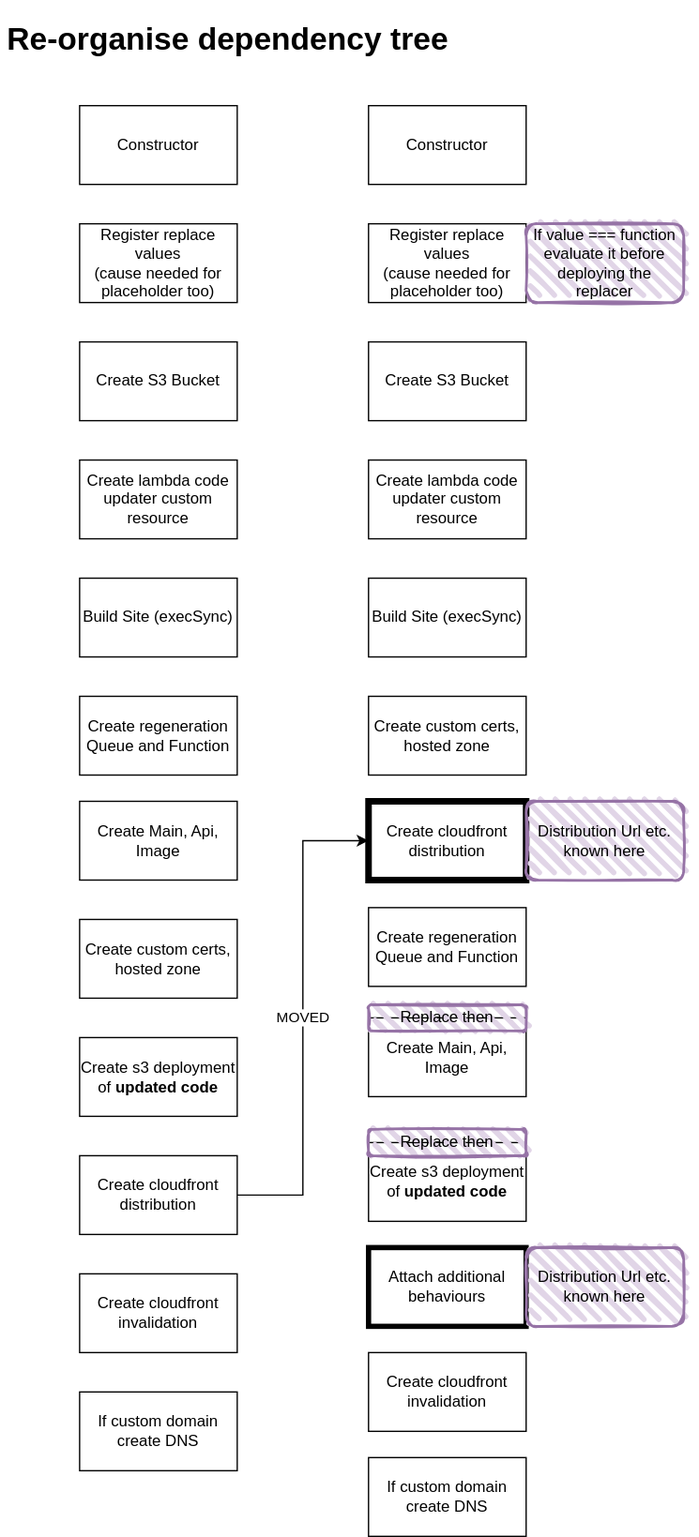
simonireilly/serverless-stack keeps this draw.io diagram as packages/resources/src/NextjsSite.drawio.svg. Above is the earlier version. Source tidied: cells renumbered, new cells last; positions are measured from the earlier drawing's top-left corner, leaving out a move shared by most shapes. Its diagram source:
```xml
<mxGraphModel>
  <root>
    <mxCell id="0" />
    <mxCell id="1" parent="0" />
    <mxCell id="2" value="Constructor" style="rounded=0;whiteSpace=wrap;html=1;" parent="1" vertex="1">
      <mxGeometry x="60" y="70" width="120" height="60" as="geometry" />
    </mxCell>
    <mxCell id="3" value="Register replace values &lt;br&gt;(cause needed for placeholder too)" style="rounded=0;whiteSpace=wrap;html=1;" parent="1" vertex="1">
      <mxGeometry x="60" y="160" width="120" height="60" as="geometry" />
    </mxCell>
    <mxCell id="4" value="Create S3 Bucket" style="rounded=0;whiteSpace=wrap;html=1;" parent="1" vertex="1">
      <mxGeometry x="60" y="250" width="120" height="60" as="geometry" />
    </mxCell>
    <mxCell id="5" value="Create lambda code updater custom resource" style="rounded=0;whiteSpace=wrap;html=1;" parent="1" vertex="1">
      <mxGeometry x="60" y="340" width="120" height="60" as="geometry" />
    </mxCell>
    <mxCell id="6" value="Build Site (execSync)" style="rounded=0;whiteSpace=wrap;html=1;" parent="1" vertex="1">
      <mxGeometry x="60" y="430" width="120" height="60" as="geometry" />
    </mxCell>
    <mxCell id="7" value="Create regeneration Queue and Function" style="rounded=0;whiteSpace=wrap;html=1;" parent="1" vertex="1">
      <mxGeometry x="60" y="520" width="120" height="60" as="geometry" />
    </mxCell>
    <mxCell id="8" value="Create Main, Api, Image" style="rounded=0;whiteSpace=wrap;html=1;" parent="1" vertex="1">
      <mxGeometry x="60" y="600" width="120" height="60" as="geometry" />
    </mxCell>
    <mxCell id="9" value="Create custom certs, hosted zone" style="rounded=0;whiteSpace=wrap;html=1;" parent="1" vertex="1">
      <mxGeometry x="60" y="690" width="120" height="60" as="geometry" />
    </mxCell>
    <mxCell id="10" value="Create s3 deployment of &lt;b&gt;updated code&lt;/b&gt;" style="rounded=0;whiteSpace=wrap;html=1;" parent="1" vertex="1">
      <mxGeometry x="60" y="780" width="120" height="60" as="geometry" />
    </mxCell>
    <mxCell id="11" value="Create cloudfront distribution" style="rounded=0;whiteSpace=wrap;html=1;" parent="1" vertex="1">
      <mxGeometry x="60" y="870" width="120" height="60" as="geometry" />
    </mxCell>
    <mxCell id="12" value="MOVED" style="edgeStyle=orthogonalEdgeStyle;rounded=0;jettySize=auto;html=1;entryX=0;entryY=0.5;entryDx=0;entryDy=0;exitX=1;exitY=0.5;exitDx=0;exitDy=0;" parent="1" edge="1" source="11" target="16">
      <mxGeometry relative="1" as="geometry" />
    </mxCell>
    <mxCell id="13" value="Create cloudfront invalidation" style="rounded=0;whiteSpace=wrap;html=1;" parent="1" vertex="1">
      <mxGeometry x="60" y="960" width="120" height="60" as="geometry" />
    </mxCell>
    <mxCell id="14" value="If custom domain create DNS" style="rounded=0;whiteSpace=wrap;html=1;" parent="1" vertex="1">
      <mxGeometry x="60" y="1050" width="120" height="60" as="geometry" />
    </mxCell>
    <mxCell id="15" value="Constructor" style="rounded=0;whiteSpace=wrap;html=1;" parent="1" vertex="1">
      <mxGeometry x="280" y="70" width="120" height="60" as="geometry" />
    </mxCell>
    <mxCell id="16" value="Create cloudfront distribution" style="rounded=0;whiteSpace=wrap;html=1;strokeWidth=5;" parent="1" vertex="1">
      <mxGeometry x="280" y="600" width="120" height="60" as="geometry" />
    </mxCell>
    <mxCell id="17" value="Build Site (execSync)" style="rounded=0;whiteSpace=wrap;html=1;" parent="1" vertex="1">
      <mxGeometry x="280" y="430" width="120" height="60" as="geometry" />
    </mxCell>
    <mxCell id="18" value="Register replace values &lt;br&gt;(cause needed for placeholder too)" style="rounded=0;whiteSpace=wrap;html=1;" parent="1" vertex="1">
      <mxGeometry x="280" y="160" width="120" height="60" as="geometry" />
    </mxCell>
    <mxCell id="19" value="If value === function evaluate it before deploying the replacer" style="rounded=1;whiteSpace=wrap;html=1;strokeWidth=2;fillWeight=4;hachureGap=8;hachureAngle=45;fillColor=#e1d5e7;sketch=1;strokeColor=#9673a6;" parent="1" vertex="1">
      <mxGeometry x="400" y="160" width="120" height="60" as="geometry" />
    </mxCell>
    <mxCell id="20" value="Create S3 Bucket" style="rounded=0;whiteSpace=wrap;html=1;" parent="1" vertex="1">
      <mxGeometry x="280" y="250" width="120" height="60" as="geometry" />
    </mxCell>
    <mxCell id="21" value="Create lambda code updater custom resource" style="rounded=0;whiteSpace=wrap;html=1;" parent="1" vertex="1">
      <mxGeometry x="280" y="340" width="120" height="60" as="geometry" />
    </mxCell>
    <mxCell id="22" value="Create regeneration Queue and Function" style="rounded=0;whiteSpace=wrap;html=1;" parent="1" vertex="1">
      <mxGeometry x="280" y="681" width="120" height="60" as="geometry" />
    </mxCell>
    <mxCell id="23" value="Create Main, Api, Image" style="rounded=0;whiteSpace=wrap;html=1;" parent="1" vertex="1">
      <mxGeometry x="280" y="765" width="120" height="60" as="geometry" />
    </mxCell>
    <mxCell id="24" value="Create custom certs, hosted zone" style="rounded=0;whiteSpace=wrap;html=1;" parent="1" vertex="1">
      <mxGeometry x="280" y="520" width="120" height="60" as="geometry" />
    </mxCell>
    <mxCell id="25" value="Create s3 deployment of &lt;b&gt;updated code&lt;/b&gt;" style="rounded=0;whiteSpace=wrap;html=1;" parent="1" vertex="1">
      <mxGeometry x="280" y="860" width="120" height="60" as="geometry" />
    </mxCell>
    <mxCell id="26" value="Create cloudfront invalidation" style="rounded=0;whiteSpace=wrap;html=1;" parent="1" vertex="1">
      <mxGeometry x="280" y="1020" width="120" height="60" as="geometry" />
    </mxCell>
    <mxCell id="27" value="If custom domain create DNS" style="rounded=0;whiteSpace=wrap;html=1;" parent="1" vertex="1">
      <mxGeometry x="280" y="1100" width="120" height="60" as="geometry" />
    </mxCell>
    <mxCell id="28" value="Attach additional behaviours" style="rounded=0;whiteSpace=wrap;html=1;strokeWidth=4;" parent="1" vertex="1">
      <mxGeometry x="280" y="940" width="120" height="60" as="geometry" />
    </mxCell>
    <mxCell id="29" value="&lt;h1&gt;&lt;span&gt;Re-organise dependency tree&lt;/span&gt;&lt;/h1&gt;&lt;h1&gt;&lt;br&gt;&lt;/h1&gt;" style="text;html=1;strokeColor=none;fillColor=none;spacing=5;spacingTop=-20;whiteSpace=wrap;overflow=hidden;rounded=0;" parent="1" vertex="1">
      <mxGeometry width="530" height="50" as="geometry" />
    </mxCell>
    <mxCell id="30" value="Distribution Url etc. known here" style="rounded=1;whiteSpace=wrap;html=1;strokeWidth=2;fillWeight=4;hachureGap=8;hachureAngle=45;fillColor=#e1d5e7;sketch=1;strokeColor=#9673a6;" parent="1" vertex="1">
      <mxGeometry x="400" y="600" width="120" height="60" as="geometry" />
    </mxCell>
    <mxCell id="31" value="Replace then" style="rounded=1;whiteSpace=wrap;html=1;strokeWidth=2;fillWeight=4;hachureGap=8;hachureAngle=45;fillColor=#e1d5e7;sketch=1;strokeColor=#9673a6;" parent="1" vertex="1">
      <mxGeometry x="280" y="755" width="120" height="20" as="geometry" />
    </mxCell>
    <mxCell id="32" value="Replace then" style="rounded=1;whiteSpace=wrap;html=1;strokeWidth=2;fillWeight=4;hachureGap=8;hachureAngle=45;fillColor=#e1d5e7;sketch=1;strokeColor=#9673a6;" parent="1" vertex="1">
      <mxGeometry x="280" y="850" width="120" height="20" as="geometry" />
    </mxCell>
    <mxCell id="33" value="Distribution Url etc. known here" style="rounded=1;whiteSpace=wrap;html=1;strokeWidth=2;fillWeight=4;hachureGap=8;hachureAngle=45;fillColor=#e1d5e7;sketch=1;strokeColor=#9673a6;" parent="1" vertex="1">
      <mxGeometry x="400" y="940" width="120" height="60" as="geometry" />
    </mxCell>
  </root>
</mxGraphModel>
```
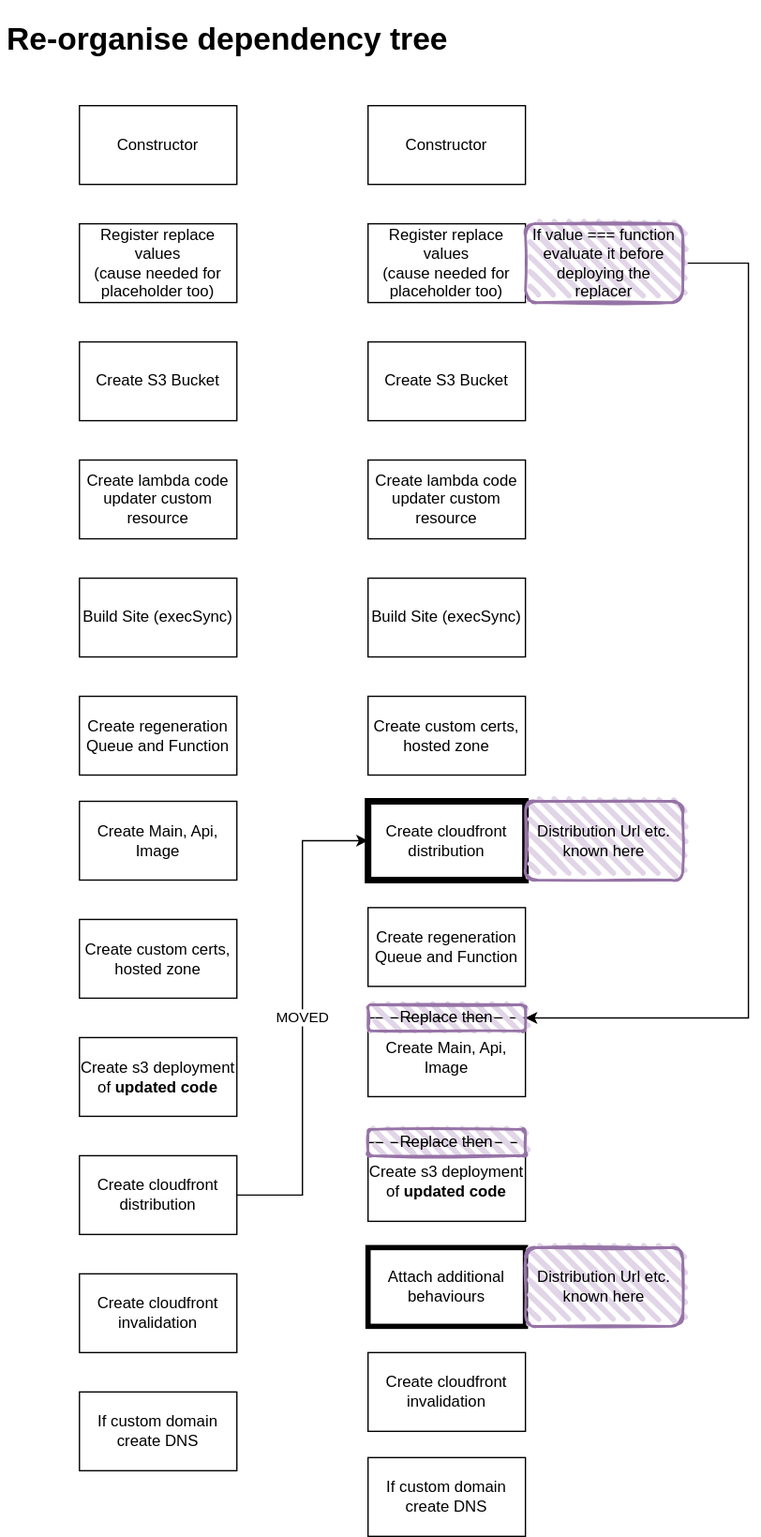
After the commit.

Commit message:
WIP: Invert dependency tree of distribution v0.0.1

What changed in the source:
```diff
@@ -53,6 +53,14 @@
     <mxCell id="18" value="Register replace values &lt;br&gt;(cause needed for placeholder too)" style="rounded=0;whiteSpace=wrap;html=1;" parent="1" vertex="1">
       <mxGeometry x="280" y="160" width="120" height="60" as="geometry" />
     </mxCell>
+    <mxCell id="34" style="edgeStyle=orthogonalEdgeStyle;rounded=0;jettySize=auto;html=1;entryX=1;entryY=0.5;entryDx=0;entryDy=0;" parent="1" edge="1" source="19" target="31">
+      <mxGeometry relative="1" as="geometry">
+        <Array as="points">
+          <mxPoint x="570" y="190" />
+          <mxPoint x="570" y="765" />
+        </Array>
+      </mxGeometry>
+    </mxCell>
     <mxCell id="19" value="If value === function evaluate it before deploying the replacer" style="rounded=1;whiteSpace=wrap;html=1;strokeWidth=2;fillWeight=4;hachureGap=8;hachureAngle=45;fillColor=#e1d5e7;sketch=1;strokeColor=#9673a6;" parent="1" vertex="1">
       <mxGeometry x="400" y="160" width="120" height="60" as="geometry" />
     </mxCell>
```
